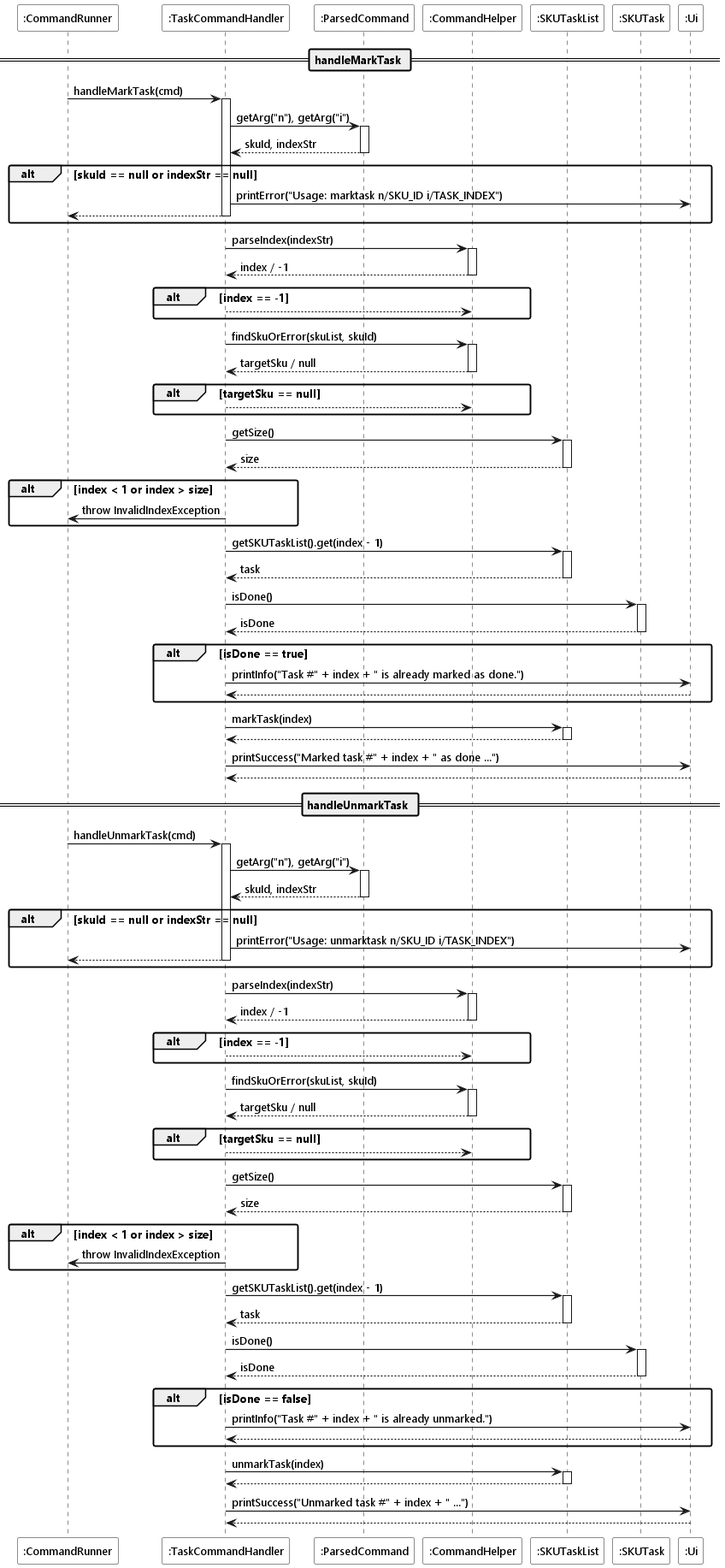
This is docs/diagrams/command/markunmark-command-sequence.png from heehaw1234/tp, a PlantUML export, as it was before one commit.
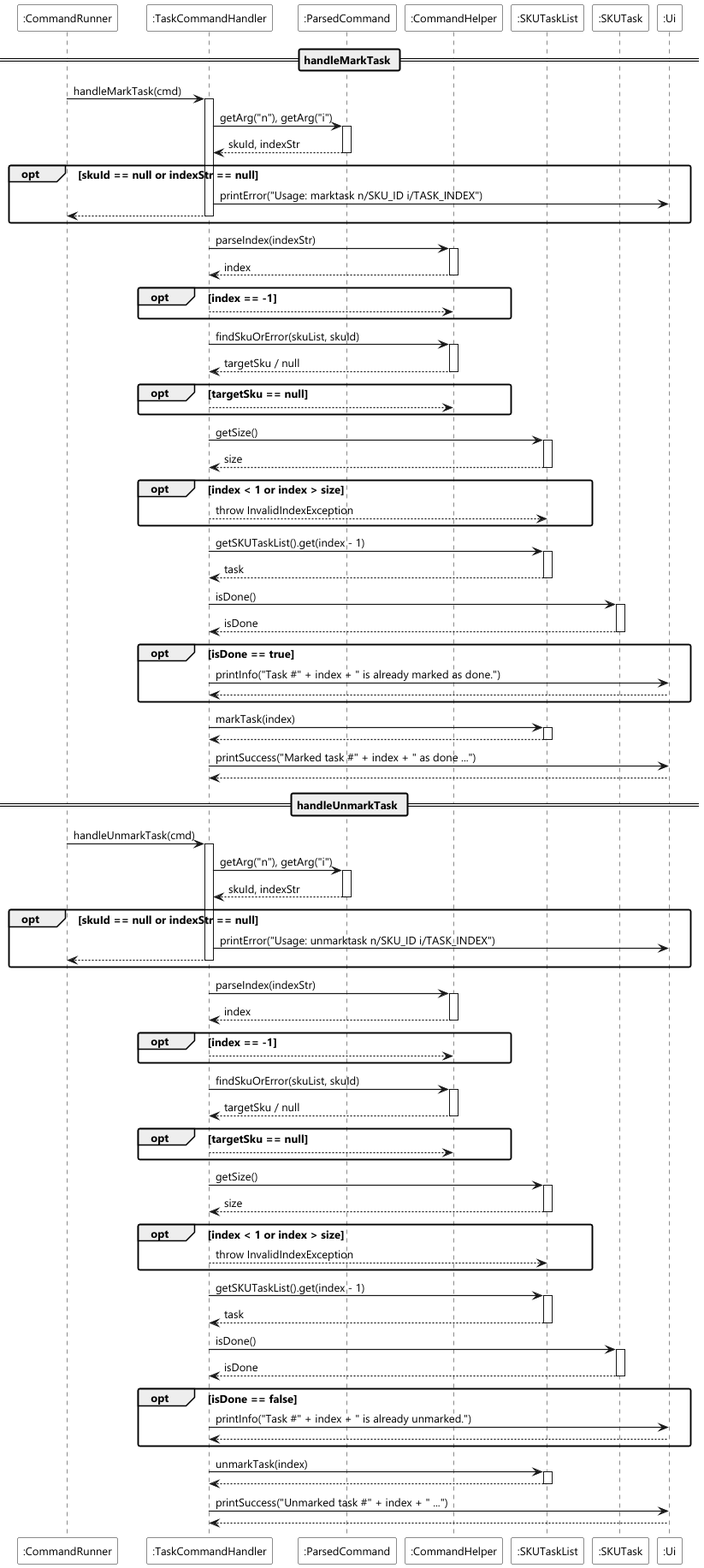
The same file after the commit.

Change to the diagram source:
```diff
@@ -16,30 +16,30 @@
 handler -> cmd ++ : getArg("n"), getArg("i")
 return skuId, indexStr
 
-alt skuId == null or indexStr == null
+opt skuId == null or indexStr == null
     handler -> ui : printError("Usage: marktask n/SKU_ID i/TASK_INDEX")
     return
 end
 
 handler -> helper ++ : parseIndex(indexStr)
-return index / -1
+return index
 
-alt index == -1
+opt index == -1
     return
 end
 
 handler -> helper ++ : findSkuOrError(skuList, skuId)
 return targetSku / null
 
-alt targetSku == null
+opt targetSku == null
     return
 end
 
 handler -> taskList ++ : getSize()
 return size
 
-alt index < 1 or index > size
-    handler -> runner : throw InvalidIndexException
+opt index < 1 or index > size
+    return throw InvalidIndexException
 end
 
 handler -> taskList ++ : getSKUTaskList().get(index - 1)
@@ -48,7 +48,7 @@
 handler -> task ++ : isDone()
 return isDone
 
-alt isDone == true
+opt isDone == true
     handler -> ui : printInfo("Task #" + index + " is already marked as done.")
     return
 end
@@ -67,30 +67,30 @@
 handler -> cmd ++ : getArg("n"), getArg("i")
 return skuId, indexStr
 
-alt skuId == null or indexStr == null
+opt skuId == null or indexStr == null
     handler -> ui : printError("Usage: unmarktask n/SKU_ID i/TASK_INDEX")
     return
 end
 
 handler -> helper ++ : parseIndex(indexStr)
-return index / -1
+return index
 
-alt index == -1
+opt index == -1
     return
 end
 
 handler -> helper ++ : findSkuOrError(skuList, skuId)
 return targetSku / null
 
-alt targetSku == null
+opt targetSku == null
     return
 end
 
 handler -> taskList ++ : getSize()
 return size
 
-alt index < 1 or index > size
-    handler -> runner : throw InvalidIndexException
+opt index < 1 or index > size
+    return throw InvalidIndexException
 end
 
 handler -> taskList ++ : getSKUTaskList().get(index - 1)
@@ -99,7 +99,7 @@
 handler -> task ++ : isDone()
 return isDone
 
-alt isDone == false
+opt isDone == false
     handler -> ui : printInfo("Task #" + index + " is already unmarked.")
     return
 end
```
